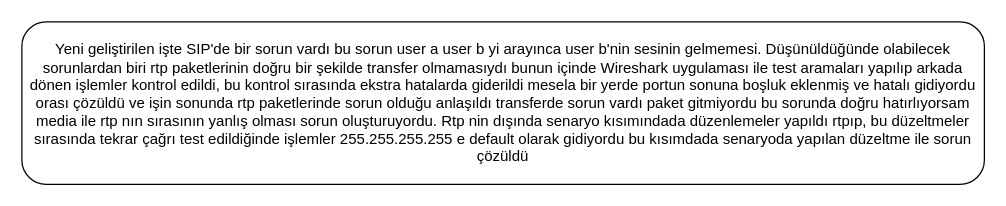
Earlier version of the draw.io diagram page "Page-2" (2 of 2) of draw.drawio (yusufea/draw). Source tidied: cells renumbered, new cells numbered last; positions are measured from the earlier drawing's top-left corner, leaving out a move shared by most shapes. Both pictures are drawn from the tidied source at 125%, with x=0, y=0 at pixel (21, 21).
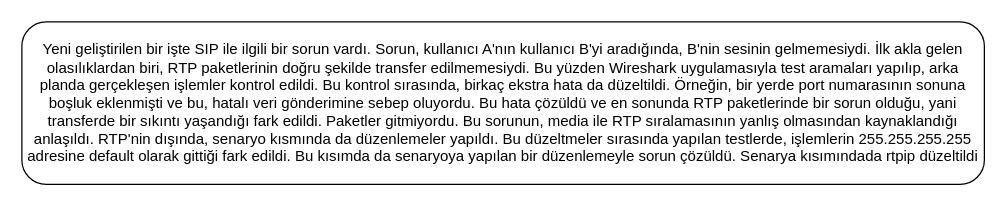
Above is the later version.

What changed in the source:
```diff
@@
 <mxGraphModel>
   <root>
     <mxCell id="0" />
     <mxCell id="1" parent="0" />
-    <mxCell id="2" value="Yeni geliştirilen işte SIP'de bir sorun vardı bu sorun user a user b yi arayınca user b'nin sesinin gelmemesi. Düşünüldüğünde olabilecek sorunlardan biri rtp paketlerinin doğru bir şekilde transfer olmamasıydı bunun içinde Wireshark uygulaması ile test aramaları yapılıp arkada dönen işlemler kontrol edildi, bu kontrol sırasında ekstra hatalarda giderildi mesela bir yerde portun sonuna boşluk eklenmiş ve hatalı gidiyordu orası çözüldü ve işin sonunda rtp paketlerinde sorun olduğu anlaşıldı transferde sorun vardı paket gitmiyordu bu sorunda doğru hatırlıyorsam media ile rtp nın sırasının yanlış olması sorun oluşturuyordu. Rtp nin dışında senaryo kısımındada düzenlemeler yapıldı rtpıp, bu düzeltmeler sırasında tekrar çağrı test edildiğinde işlemler 255.255.255.255 e default olarak gidiyordu bu kısımdada senaryoda yapılan düzeltme ile sorun çözüldü" style="rounded=1;whiteSpace=wrap;html=1;strokeColor=default;gradientColor=none;" parent="1" vertex="1">
+    <mxCell id="2" value="Yeni geliştirilen bir işte SIP ile ilgili bir sorun vardı. Sorun, kullanıcı A'nın kullanıcı B'yi aradığında, B'nin sesinin gelmemesiydi. İlk akla gelen olasılıklardan biri, RTP paketlerinin doğru şekilde transfer edilmemesiydi. Bu yüzden Wireshark uygulamasıyla test aramaları yapılıp, arka planda gerçekleşen işlemler kontrol edildi. Bu kontrol sırasında, birkaç ekstra hata da düzeltildi. Örneğin, bir yerde port numarasının sonuna boşluk eklenmişti ve bu, hatalı veri gönderimine sebep oluyordu. Bu hata çözüldü ve en sonunda RTP paketlerinde bir sorun olduğu, yani transferde bir sıkıntı yaşandığı fark edildi. Paketler gitmiyordu. Bu sorunun, media ile RTP sıralamasının yanlış olmasından kaynaklandığı anlaşıldı. RTP'nin dışında, senaryo kısmında da düzenlemeler yapıldı. Bu düzeltmeler sırasında yapılan testlerde, işlemlerin 255.255.255.255 adresine default olarak gittiği fark edildi. Bu kısımda da senaryoya yapılan bir düzenlemeyle sorun çözüldü. Senarya kısımındada rtpip düzeltildi" style="rounded=1;whiteSpace=wrap;html=1;strokeColor=default;gradientColor=none;" parent="1" vertex="1">
       <mxGeometry width="770" height="130" as="geometry" />
     </mxCell>
   </root>
 </mxGraphModel>
```
